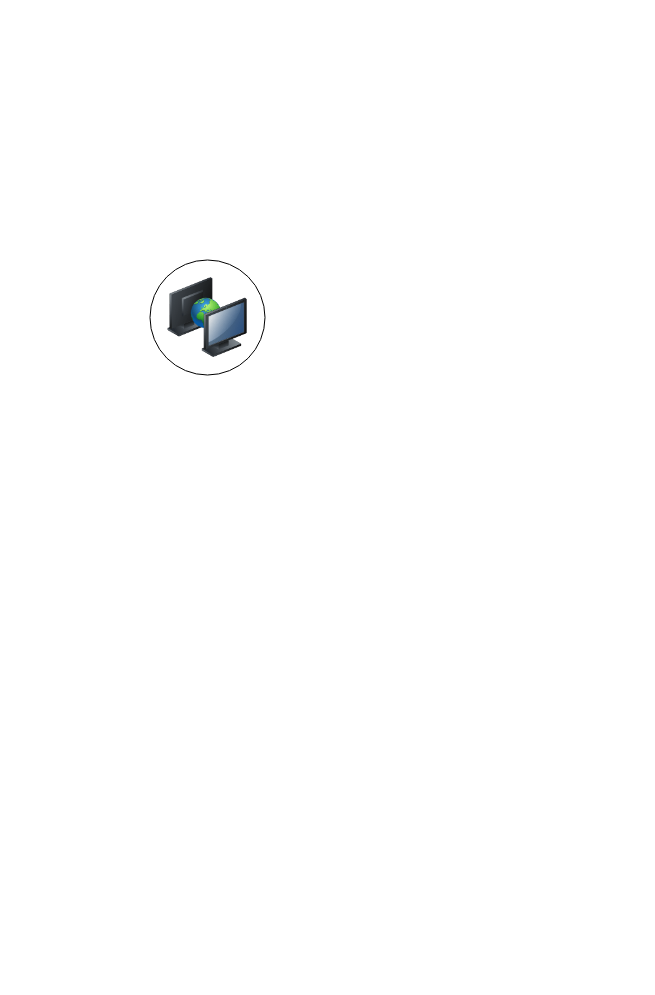
knkrn5/Programming-Concepts keeps this draw.io diagram as computer-networking/cn.dio. Above is the earlier version. Source tidied: cells renumbered, new cells numbered last; positions are measured from the earlier drawing's top-left corner, leaving out a move shared by most shapes. Both pictures are drawn from the tidied source at 100%, with x=0, y=0 at pixel (149, 259).
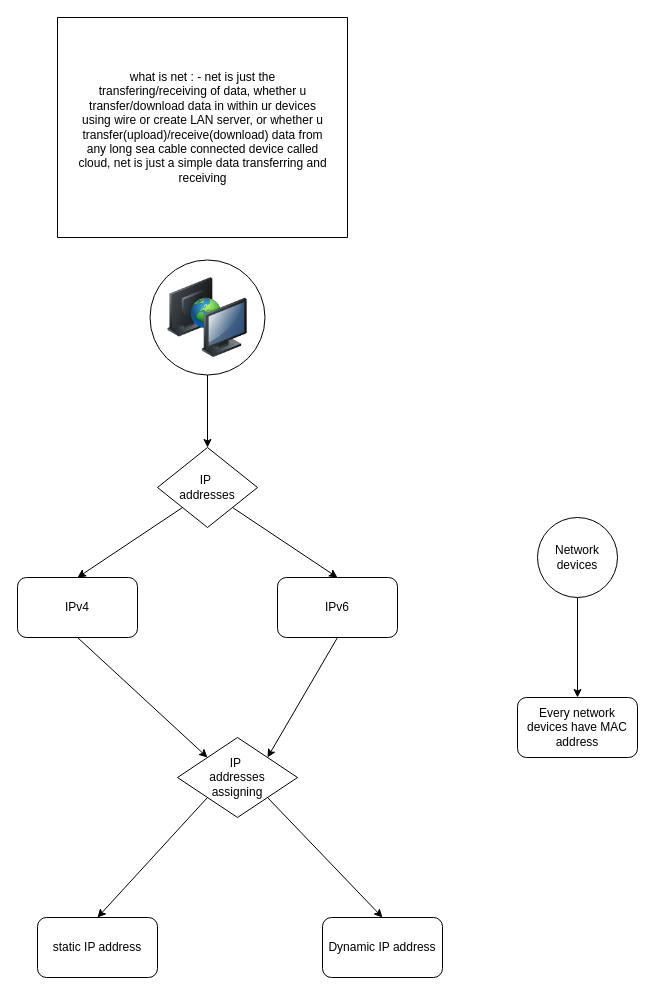
After the change.

Unchanged cells that the change refers to:
```xml
<mxCell id="3" style="ellipse;whiteSpace=wrap;html=1;" parent="2" vertex="1">
  <mxGeometry width="115" height="115" as="geometry" />
</mxCell>
```

What changed in the source:
```diff
@@
+    <mxCell id="5" style="swimlane;startSize=0;rounded=1;" parent="1" vertex="1">
+      <mxGeometry x="-92" y="-242" width="290" height="220" as="geometry" />
+    </mxCell>
+    <mxCell id="6" value="what is net : - net is just the transfering/receiving of data, whether u transfer/download data in within ur devices using wire or create LAN server, or whether u transfer(upload)/receive(download) data from any long sea cable connected device called cloud, net is just a simple data transferring and receiving" style="ellipse;whiteSpace=wrap;html=1;strokeColor=none;" parent="5" vertex="1">
+      <mxGeometry x="17.5" y="15" width="255" height="190" as="geometry" />
+    </mxCell>
+    <mxCell id="7" style="edgeStyle=none;html=1;exitX=0;exitY=1;exitDx=0;exitDy=0;entryX=0.5;entryY=0;entryDx=0;entryDy=0;" parent="1" edge="1" source="9" target="15">
+      <mxGeometry relative="1" as="geometry" />
+    </mxCell>
+    <mxCell id="8" style="edgeStyle=none;html=1;exitX=1;exitY=1;exitDx=0;exitDy=0;entryX=0.5;entryY=0;entryDx=0;entryDy=0;" parent="1" edge="1" source="9" target="17">
+      <mxGeometry relative="1" as="geometry" />
+    </mxCell>
+    <mxCell id="9" value="&lt;font style=&quot;color: light-dark(rgb(0, 0, 0), rgb(255, 255, 255));&quot;&gt;IP&amp;nbsp;&lt;/font&gt;&lt;div&gt;&lt;font style=&quot;color: light-dark(rgb(0, 0, 0), rgb(255, 255, 255));&quot;&gt;addresses&lt;/font&gt;&lt;/div&gt;" style="rhombus;whiteSpace=wrap;html=1;" parent="1" vertex="1">
+      <mxGeometry x="8" y="188" width="100" height="80" as="geometry" />
+    </mxCell>
+    <mxCell id="10" style="edgeStyle=none;html=1;exitX=0;exitY=1;exitDx=0;exitDy=0;entryX=0.5;entryY=0;entryDx=0;entryDy=0;" parent="1" edge="1" source="12" target="18">
+      <mxGeometry relative="1" as="geometry" />
+    </mxCell>
+    <mxCell id="11" style="edgeStyle=none;html=1;exitX=1;exitY=1;exitDx=0;exitDy=0;entryX=0.5;entryY=0;entryDx=0;entryDy=0;" parent="1" edge="1" source="12" target="19">
+      <mxGeometry relative="1" as="geometry" />
+    </mxCell>
+    <mxCell id="12" value="&lt;font style=&quot;color: light-dark(rgb(0, 0, 0), rgb(255, 255, 255));&quot;&gt;IP&amp;nbsp;&lt;/font&gt;&lt;div&gt;&lt;font style=&quot;color: light-dark(rgb(0, 0, 0), rgb(255, 255, 255));&quot;&gt;addresses&lt;/font&gt;&lt;/div&gt;&lt;div&gt;&lt;font style=&quot;color: light-dark(rgb(0, 0, 0), rgb(255, 255, 255));&quot;&gt;assigning&lt;/font&gt;&lt;/div&gt;" style="rhombus;whiteSpace=wrap;html=1;" parent="1" vertex="1">
+      <mxGeometry x="28" y="478" width="120" height="80" as="geometry" />
+    </mxCell>
+    <mxCell id="13" style="edgeStyle=none;html=1;exitX=0.5;exitY=1;exitDx=0;exitDy=0;entryX=0.5;entryY=0;entryDx=0;entryDy=0;" parent="1" edge="1" source="3" target="9">
+      <mxGeometry relative="1" as="geometry" />
+    </mxCell>
+    <mxCell id="14" style="edgeStyle=none;html=1;exitX=0.5;exitY=1;exitDx=0;exitDy=0;entryX=0;entryY=0;entryDx=0;entryDy=0;" parent="1" edge="1" source="15" target="12">
+      <mxGeometry relative="1" as="geometry" />
+    </mxCell>
+    <mxCell id="15" value="IPv4" style="rounded=1;whiteSpace=wrap;html=1;" parent="1" vertex="1">
+      <mxGeometry x="-132" y="318" width="120" height="60" as="geometry" />
+    </mxCell>
+    <mxCell id="16" style="edgeStyle=none;html=1;exitX=0.5;exitY=1;exitDx=0;exitDy=0;entryX=1;entryY=0;entryDx=0;entryDy=0;" parent="1" edge="1" source="17" target="12">
+      <mxGeometry relative="1" as="geometry" />
+    </mxCell>
+    <mxCell id="17" value="IPv6" style="rounded=1;whiteSpace=wrap;html=1;" parent="1" vertex="1">
+      <mxGeometry x="128" y="318" width="120" height="60" as="geometry" />
+    </mxCell>
+    <mxCell id="18" value="static IP address" style="rounded=1;whiteSpace=wrap;html=1;" parent="1" vertex="1">
+      <mxGeometry x="-112" y="658" width="120" height="60" as="geometry" />
+    </mxCell>
+    <mxCell id="19" value="Dynamic IP address" style="rounded=1;whiteSpace=wrap;html=1;" parent="1" vertex="1">
+      <mxGeometry x="173" y="658" width="120" height="60" as="geometry" />
+    </mxCell>
+    <mxCell id="20" style="edgeStyle=none;html=1;exitX=0.5;exitY=1;exitDx=0;exitDy=0;entryX=0.5;entryY=0;entryDx=0;entryDy=0;" parent="1" edge="1" source="21" target="22">
+      <mxGeometry relative="1" as="geometry" />
+    </mxCell>
+    <mxCell id="21" value="Network devices" style="ellipse;whiteSpace=wrap;html=1;" parent="1" vertex="1">
+      <mxGeometry x="388" y="258" width="80" height="80" as="geometry" />
+    </mxCell>
+    <mxCell id="22" value="Every network devices have MAC address" style="rounded=1;whiteSpace=wrap;html=1;" parent="1" vertex="1">
+      <mxGeometry x="368" y="438" width="120" height="60" as="geometry" />
+    </mxCell>
```
